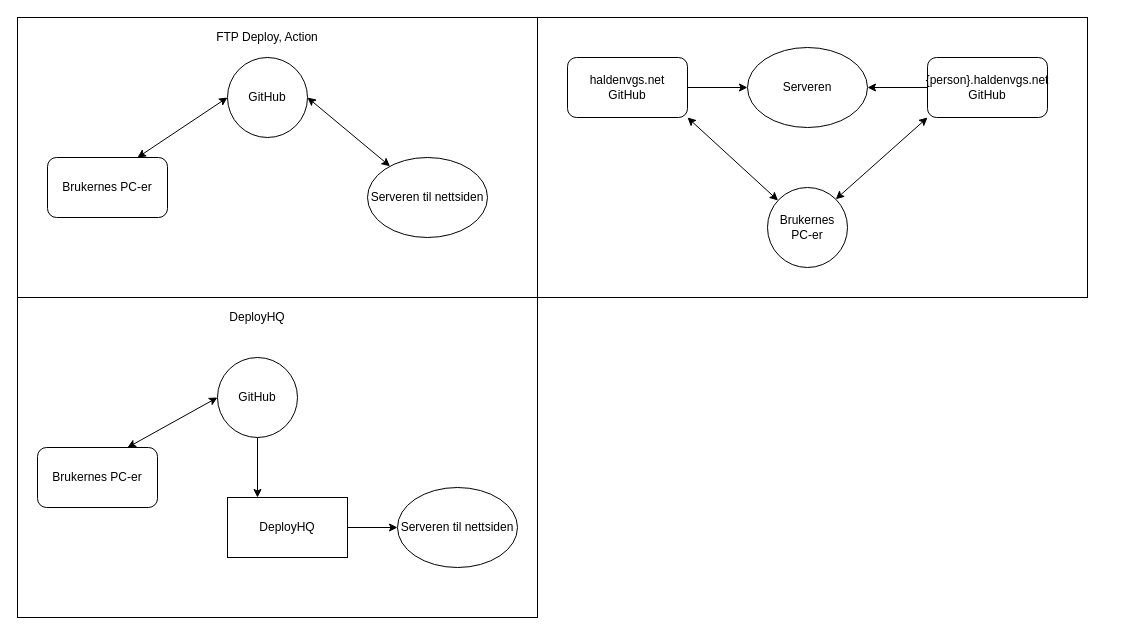
Above: backend.drawio in Halden-vgs-IT/haldenvgs.net (draw.io), before the change. Source tidied: cells renumbered, new cells numbered last; positions are measured from the earlier drawing's top-left corner, leaving out a move shared by most shapes. Both pictures are drawn from the tidied source at 100%, with x=0, y=0 at pixel (17, 17).
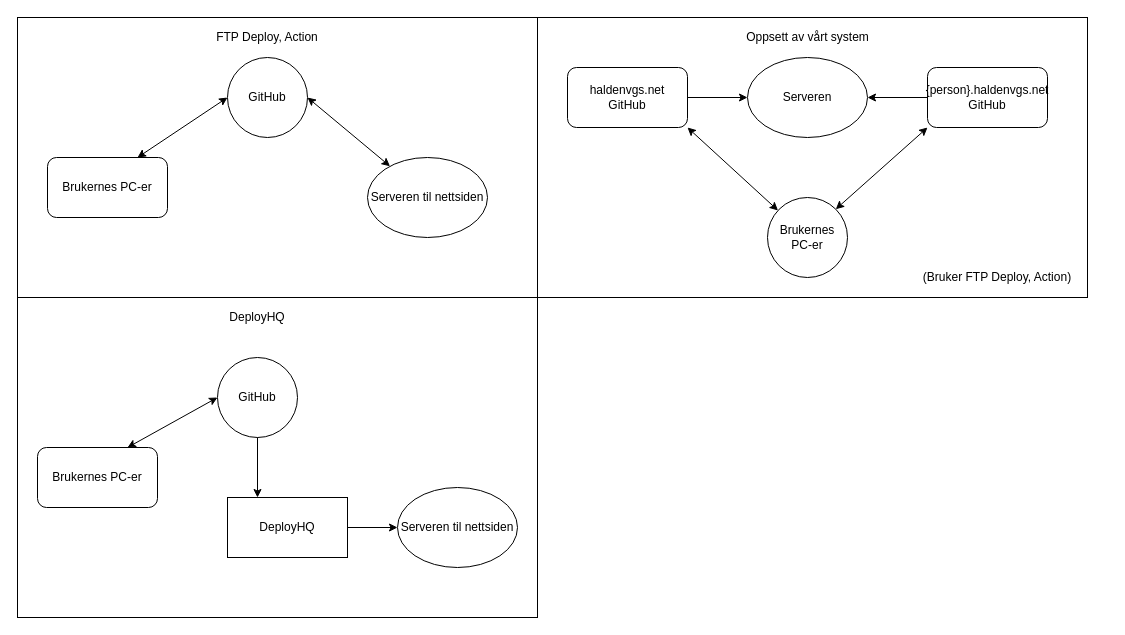
After the change.

Change to the diagram source:
```diff
@@
     <mxCell id="21" style="group;" parent="1" vertex="1">
-      <mxGeometry x="550" y="30" width="480" height="220" as="geometry" />
+      <mxGeometry x="550" y="40" width="540" height="230" as="geometry" />
     </mxCell>
@@
+    <mxCell id="30" value="(Bruker FTP Deploy, Action)" style="text;html=1;strokeColor=none;fillColor=none;align=center;verticalAlign=middle;whiteSpace=wrap;rounded=0;" parent="21" vertex="1">
+      <mxGeometry x="350" y="210" width="160" height="20" as="geometry" />
+    </mxCell>
+    <mxCell id="31" value="Oppsett av vårt system" style="text;html=1;strokeColor=none;fillColor=none;align=center;verticalAlign=middle;whiteSpace=wrap;rounded=0;" parent="1" vertex="1">
+      <mxGeometry x="727.5" y="10" width="125" height="20" as="geometry" />
+    </mxCell>
```
